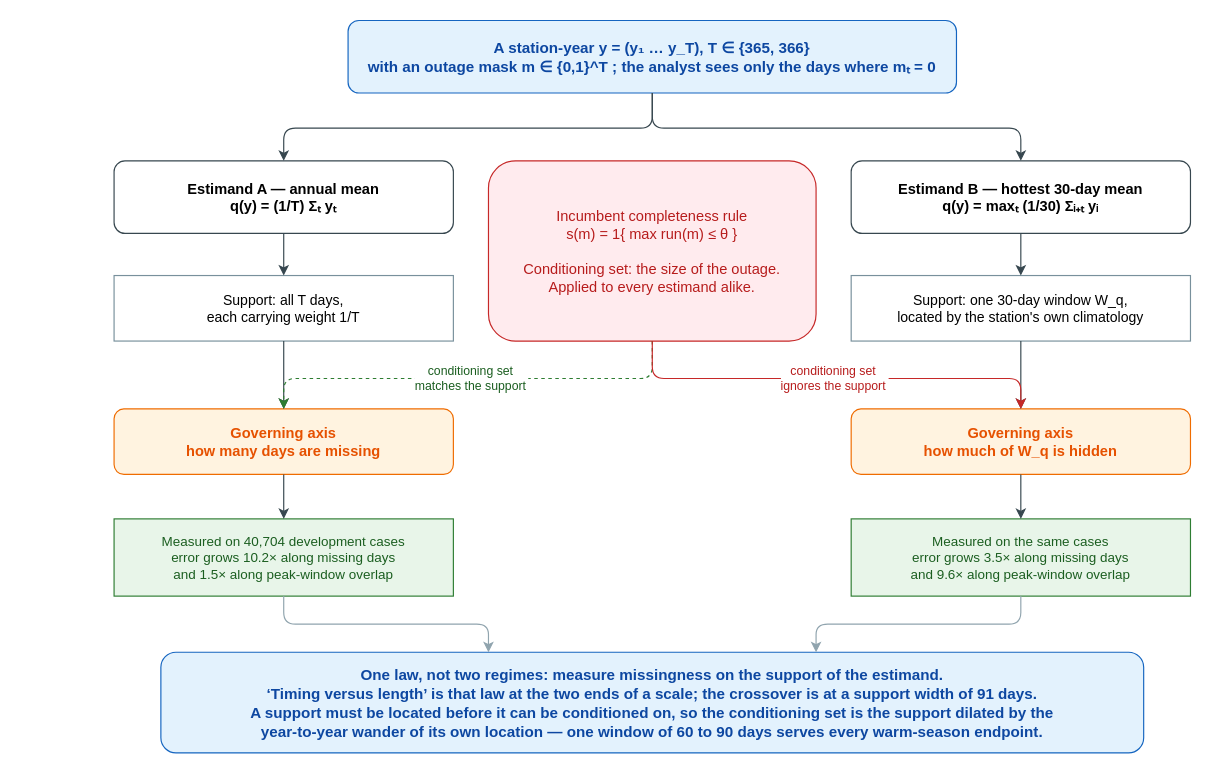
Above: figures/v17/drawio/f0_problem_frame.drawio in shutiao23/stream-recoverability (draw.io), before the change. Source tidied: cells renumbered, new cells numbered last; positions are measured from the earlier drawing's top-left corner, leaving out a move shared by most shapes. Both pictures are drawn from the tidied source at 117%, with x=0, y=0 at pixel (113, 20).
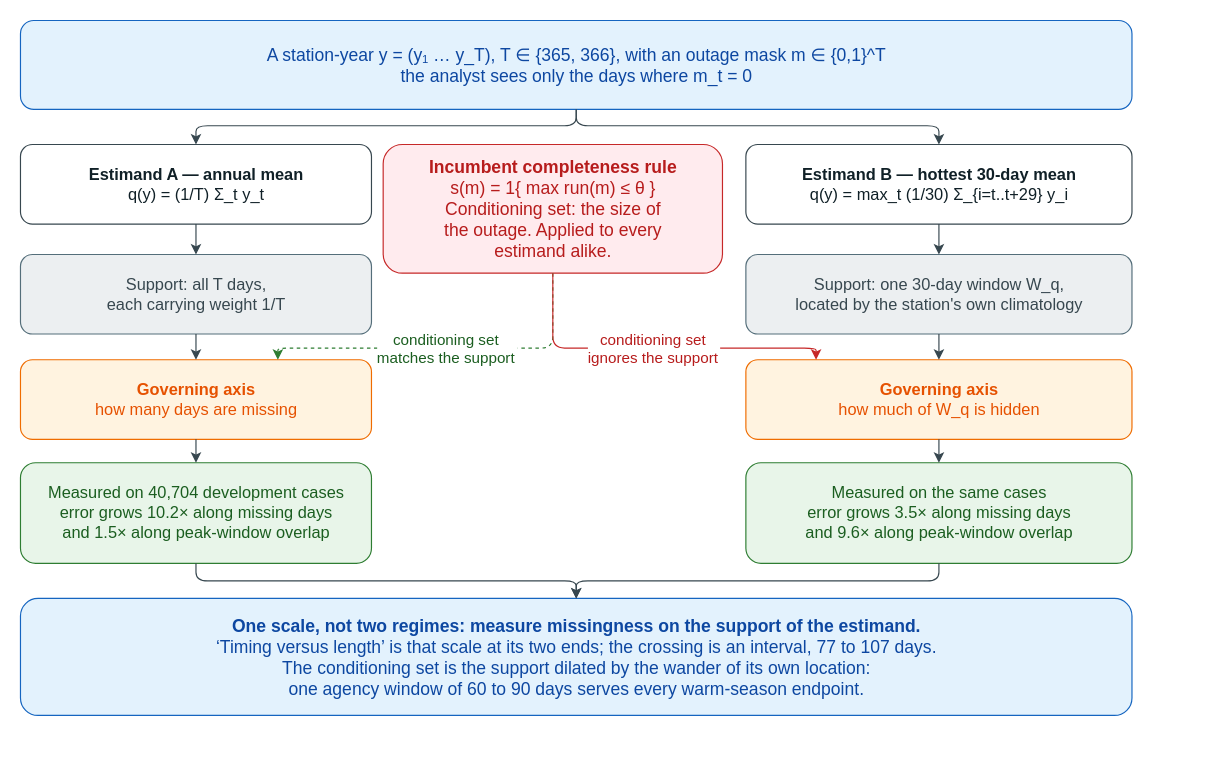
After the change.

Diff of the diagram source:
```diff
@@
-    <mxCell id="2" value="A station-year  y = (y₁ … y_T),  T ∈ {365, 366}&#10;with an outage mask  m ∈ {0,1}^T ;  the analyst sees only the days where mₜ = 0" style="rounded=1;fillColor=#E3F2FD;strokeColor=#1565C0;fontSize=13;fontStyle=1;fontColor=#0D47A1;" parent="1" vertex="1">
-      <mxGeometry x="200" width="520" height="62" as="geometry" />
+    <mxCell id="2" value="A station-year  y = (y₁ … y_T),  T ∈ {365, 366},  with an outage mask  m ∈ {0,1}^T&#10;the analyst sees only the days where m_t = 0" style="rounded=1;html=1;fillColor=#E3F2FD;strokeColor=#1565C0;fontSize=15;fontColor=#0D47A1;" parent="1" vertex="1">
+      <mxGeometry x="-80" width="950" height="76" as="geometry" />
     </mxCell>
-    <mxCell id="3" value="Estimand A — annual mean&#10;q(y) = (1/T) Σₜ yₜ" style="rounded=1;fillColor=#FFFFFF;strokeColor=#37474F;fontSize=12.5;fontStyle=1;" parent="1" vertex="1">
-      <mxGeometry y="120" width="290" height="62" as="geometry" />
+    <mxCell id="3" value="&lt;b&gt;Estimand A — annual mean&lt;/b&gt;&#10;q(y) = (1/T) Σ_t y_t" style="rounded=1;html=1;fillColor=#FFFFFF;strokeColor=#37474F;fontSize=14;fontColor=#102027;" parent="1" vertex="1">
+      <mxGeometry x="-80" y="106" width="300" height="68" as="geometry" />
     </mxCell>
-    <mxCell id="4" value="Estimand B — hottest 30-day mean&#10;q(y) = maxₜ (1/30) Σᵢ₊ₜ yᵢ" style="rounded=1;fillColor=#FFFFFF;strokeColor=#37474F;fontSize=12.5;fontStyle=1;" parent="1" vertex="1">
-      <mxGeometry x="630" y="120" width="290" height="62" as="geometry" />
+    <mxCell id="4" value="&lt;b&gt;Estimand B — hottest 30-day mean&lt;/b&gt;&#10;q(y) = max_t (1/30) Σ_{i=t..t+29} y_i" style="rounded=1;html=1;fillColor=#FFFFFF;strokeColor=#37474F;fontSize=14;fontColor=#102027;" parent="1" vertex="1">
+      <mxGeometry x="540" y="106" width="330" height="68" as="geometry" />
     </mxCell>
+    <mxCell id="7" value="&lt;b&gt;Incumbent completeness rule&lt;/b&gt;&#10;s(m) = 1{ max run(m) ≤ θ }&#10;Conditioning set: the size of&#10;the outage. Applied to every&#10;estimand alike." style="rounded=1;html=1;fillColor=#FFEBEE;strokeColor=#C62828;fontSize=15;fontColor=#B71C1C;" parent="1" vertex="1">
+      <mxGeometry x="230" y="106" width="290" height="110" as="geometry" />
+    </mxCell>
-    <mxCell id="5" value="Support: all T days,&#10;each carrying weight 1/T" style="rounded=0;fillColor=#FFFFFF;strokeColor=#78909C;fontSize=12;" parent="1" vertex="1">
-      <mxGeometry y="218" width="290" height="56" as="geometry" />
+    <mxCell id="5" value="Support: all T days,&#10;each carrying weight 1/T" style="rounded=1;html=1;fillColor=#ECEFF1;strokeColor=#546E7A;fontSize=14;fontColor=#37474F;" parent="1" vertex="1">
+      <mxGeometry x="-80" y="200" width="300" height="68" as="geometry" />
     </mxCell>
-    <mxCell id="6" value="Support: one 30-day window W_q,&#10;located by the station's own climatology" style="rounded=0;fillColor=#FFFFFF;strokeColor=#78909C;fontSize=12;" parent="1" vertex="1">
-      <mxGeometry x="630" y="218" width="290" height="56" as="geometry" />
+    <mxCell id="6" value="Support: one 30-day window W_q,&#10;located by the station's own climatology" style="rounded=1;html=1;fillColor=#ECEFF1;strokeColor=#546E7A;fontSize=14;fontColor=#37474F;" parent="1" vertex="1">
+      <mxGeometry x="540" y="200" width="330" height="68" as="geometry" />
     </mxCell>
-    <mxCell id="7" value="Incumbent completeness rule&#10;s(m) = 1{ max run(m) ≤ θ }&#10;&#10;Conditioning set: the size of the outage.&#10;Applied to every estimand alike." style="rounded=1;fillColor=#FFEBEE;strokeColor=#C62828;fontSize=12.5;fontColor=#B71C1C;" parent="1" vertex="1">
-      <mxGeometry x="320" y="120" width="280" height="154" as="geometry" />
-    </mxCell>
-    <mxCell id="8" value="Governing axis&#10;how many days are missing" style="rounded=1;fillColor=#FFF3E0;strokeColor=#EF6C00;fontSize=12.5;fontStyle=1;fontColor=#E65100;" parent="1" vertex="1">
-      <mxGeometry y="332" width="290" height="56" as="geometry" />
+    <mxCell id="8" value="&lt;b&gt;Governing axis&lt;/b&gt;&#10;how many days are missing" style="rounded=1;html=1;fillColor=#FFF3E0;strokeColor=#EF6C00;fontSize=14;fontColor=#E65100;" parent="1" vertex="1">
+      <mxGeometry x="-80" y="290" width="300" height="68" as="geometry" />
     </mxCell>
-    <mxCell id="9" value="Governing axis&#10;how much of W_q is hidden" style="rounded=1;fillColor=#FFF3E0;strokeColor=#EF6C00;fontSize=12.5;fontStyle=1;fontColor=#E65100;" parent="1" vertex="1">
-      <mxGeometry x="630" y="332" width="290" height="56" as="geometry" />
+    <mxCell id="9" value="&lt;b&gt;Governing axis&lt;/b&gt;&#10;how much of W_q is hidden" style="rounded=1;html=1;fillColor=#FFF3E0;strokeColor=#EF6C00;fontSize=14;fontColor=#E65100;" parent="1" vertex="1">
+      <mxGeometry x="540" y="290" width="330" height="68" as="geometry" />
     </mxCell>
-    <mxCell id="10" value="Measured on 40,704 development cases&#10;error grows 10.2× along missing days&#10;and 1.5× along peak-window overlap" style="rounded=0;fillColor=#E8F5E9;strokeColor=#2E7D32;fontSize=11.5;fontColor=#1B5E20;" parent="1" vertex="1">
-      <mxGeometry y="426" width="290" height="66" as="geometry" />
+    <mxCell id="10" value="Measured on 40,704 development cases&#10;error grows 10.2× along missing days&#10;and 1.5× along peak-window overlap" style="rounded=1;html=1;fillColor=#E8F5E9;strokeColor=#2E7D32;fontSize=14;fontColor=#1B5E20;" parent="1" vertex="1">
+      <mxGeometry x="-80" y="378" width="300" height="86" as="geometry" />
     </mxCell>
-    <mxCell id="11" value="Measured on the same cases&#10;error grows 3.5× along missing days&#10;and 9.6× along peak-window overlap" style="rounded=0;fillColor=#E8F5E9;strokeColor=#2E7D32;fontSize=11.5;fontColor=#1B5E20;" parent="1" vertex="1">
-      <mxGeometry x="630" y="426" width="290" height="66" as="geometry" />
+    <mxCell id="11" value="Measured on the same cases&#10;error grows 3.5× along missing days&#10;and 9.6× along peak-window overlap" style="rounded=1;html=1;fillColor=#E8F5E9;strokeColor=#2E7D32;fontSize=14;fontColor=#1B5E20;" parent="1" vertex="1">
+      <mxGeometry x="540" y="378" width="330" height="86" as="geometry" />
     </mxCell>
-    <mxCell id="12" value="One law, not two regimes:  measure missingness on the support of the estimand.&#10;‘Timing versus length’ is that law at the two ends of a scale; the crossover is at a support width of 91 days.&#10;A support must be located before it can be conditioned on, so the conditioning set is the support dilated by the&#10;year-to-year wander of its own location — one window of 60 to 90 days serves every warm-season endpoint." style="rounded=1;fillColor=#E3F2FD;strokeColor=#1565C0;fontSize=13;fontStyle=1;fontColor=#0D47A1;" parent="1" vertex="1">
-      <mxGeometry x="40" y="540" width="840" height="86" as="geometry" />
+    <mxCell id="12" value="&lt;b&gt;One scale, not two regimes: measure missingness on the support of the estimand.&lt;/b&gt;&#10;‘Timing versus length’ is that scale at its two ends; the crossing is an interval, 77 to 107 days.&#10;The conditioning set is the support dilated by the wander of its own location:&#10;one agency window of 60 to 90 days serves every warm-season endpoint." style="rounded=1;html=1;fillColor=#E3F2FD;strokeColor=#1565C0;fontSize=15;fontColor=#0D47A1;" parent="1" vertex="1">
+      <mxGeometry x="-80" y="494" width="950" height="100" as="geometry" />
     </mxCell>
-    <mxCell id="13" style="edgeStyle=orthogonalEdgeStyle;strokeColor=#37474F;" parent="1" edge="1" source="2" target="3">
+    <mxCell id="13" style="edgeStyle=orthogonalEdgeStyle;strokeColor=#37474F;fontSize=14;" parent="1" edge="1" source="2" target="3">
       <mxGeometry relative="1" as="geometry">
         <Array as="points">
-          <mxPoint x="460" y="92" />
-          <mxPoint x="145" y="92" />
+          <mxPoint x="395" y="90" />
+          <mxPoint x="70" y="90" />
         </Array>
       </mxGeometry>
     </mxCell>
-    <mxCell id="14" style="edgeStyle=orthogonalEdgeStyle;strokeColor=#37474F;" parent="1" edge="1" source="2" target="4">
+    <mxCell id="14" style="edgeStyle=orthogonalEdgeStyle;strokeColor=#37474F;fontSize=14;" parent="1" edge="1" source="2" target="4">
       <mxGeometry relative="1" as="geometry">
         <Array as="points">
-          <mxPoint x="460" y="92" />
-          <mxPoint x="775" y="92" />
+          <mxPoint x="395" y="90" />
+          <mxPoint x="705" y="90" />
         </Array>
       </mxGeometry>
     </mxCell>
-    <mxCell id="15" style="edgeStyle=orthogonalEdgeStyle;strokeColor=#37474F;" parent="1" edge="1" source="3" target="5">
+    <mxCell id="15" style="edgeStyle=orthogonalEdgeStyle;strokeColor=#37474F;fontSize=14;" parent="1" edge="1" source="3" target="5">
       <mxGeometry relative="1" as="geometry" />
     </mxCell>
-    <mxCell id="16" style="edgeStyle=orthogonalEdgeStyle;strokeColor=#37474F;" parent="1" edge="1" source="4" target="6">
+    <mxCell id="16" style="edgeStyle=orthogonalEdgeStyle;strokeColor=#37474F;fontSize=14;" parent="1" edge="1" source="4" target="6">
       <mxGeometry relative="1" as="geometry" />
     </mxCell>
-    <mxCell id="17" style="edgeStyle=orthogonalEdgeStyle;strokeColor=#37474F;" parent="1" edge="1" source="5" target="8">
+    <mxCell id="17" style="edgeStyle=orthogonalEdgeStyle;strokeColor=#37474F;fontSize=14;" parent="1" edge="1" source="5" target="8">
       <mxGeometry relative="1" as="geometry" />
     </mxCell>
-    <mxCell id="18" style="edgeStyle=orthogonalEdgeStyle;strokeColor=#37474F;" parent="1" edge="1" source="6" target="9">
+    <mxCell id="18" style="edgeStyle=orthogonalEdgeStyle;strokeColor=#37474F;fontSize=14;" parent="1" edge="1" source="6" target="9">
       <mxGeometry relative="1" as="geometry" />
     </mxCell>
-    <mxCell id="19" style="edgeStyle=orthogonalEdgeStyle;strokeColor=#37474F;" parent="1" edge="1" source="8" target="10">
+    <mxCell id="19" style="edgeStyle=orthogonalEdgeStyle;strokeColor=#37474F;fontSize=14;" parent="1" edge="1" source="8" target="10">
       <mxGeometry relative="1" as="geometry" />
     </mxCell>
-    <mxCell id="20" style="edgeStyle=orthogonalEdgeStyle;strokeColor=#37474F;" parent="1" edge="1" source="9" target="11">
+    <mxCell id="20" style="edgeStyle=orthogonalEdgeStyle;strokeColor=#37474F;fontSize=14;" parent="1" edge="1" source="9" target="11">
       <mxGeometry relative="1" as="geometry" />
     </mxCell>
-    <mxCell id="21" value="conditioning set&#10;matches the support" style="edgeStyle=orthogonalEdgeStyle;strokeColor=#2E7D32;fontColor=#1B5E20;fontSize=10.5;dashed=1;" parent="1" edge="1" source="7" target="8">
+    <mxCell id="21" value="conditioning set&#10;matches the support" style="edgeStyle=orthogonalEdgeStyle;strokeColor=#2E7D32;fontSize=13;fontColor=#1B5E20;dashed=1;" parent="1" edge="1" source="7" target="8">
       <mxGeometry relative="1" as="geometry">
         <Array as="points">
-          <mxPoint x="460" y="306" />
-          <mxPoint x="145" y="306" />
+          <mxPoint x="375" y="280" />
+          <mxPoint x="140" y="280" />
         </Array>
       </mxGeometry>
     </mxCell>
-    <mxCell id="22" value="conditioning set&#10;ignores the support" style="edgeStyle=orthogonalEdgeStyle;strokeColor=#C62828;fontColor=#B71C1C;fontSize=10.5;" parent="1" edge="1" source="7" target="9">
+    <mxCell id="22" value="conditioning set&#10;ignores the support" style="edgeStyle=orthogonalEdgeStyle;strokeColor=#C62828;fontSize=13;fontColor=#B71C1C;" parent="1" edge="1" source="7" target="9">
       <mxGeometry relative="1" as="geometry">
         <Array as="points">
-          <mxPoint x="460" y="306" />
-          <mxPoint x="775" y="306" />
+          <mxPoint x="375" y="280" />
+          <mxPoint x="600" y="280" />
         </Array>
       </mxGeometry>
     </mxCell>
-    <mxCell id="23" style="edgeStyle=orthogonalEdgeStyle;strokeColor=#90A4AE;" parent="1" edge="1" source="10" target="12">
-      <mxGeometry relative="1" as="geometry">
-        <Array as="points">
-          <mxPoint x="145" y="516" />
-          <mxPoint x="320" y="516" />
-        </Array>
-      </mxGeometry>
+    <mxCell id="23" style="edgeStyle=orthogonalEdgeStyle;strokeColor=#37474F;fontSize=14;" parent="1" edge="1" source="10" target="12">
+      <mxGeometry relative="1" as="geometry" />
     </mxCell>
-    <mxCell id="24" style="edgeStyle=orthogonalEdgeStyle;strokeColor=#90A4AE;" parent="1" edge="1" source="11" target="12">
-      <mxGeometry relative="1" as="geometry">
-        <Array as="points">
-          <mxPoint x="775" y="516" />
-          <mxPoint x="600" y="516" />
-        </Array>
-      </mxGeometry>
+    <mxCell id="24" style="edgeStyle=orthogonalEdgeStyle;strokeColor=#37474F;fontSize=14;" parent="1" edge="1" source="11" target="12">
+      <mxGeometry relative="1" as="geometry" />
     </mxCell>
```
